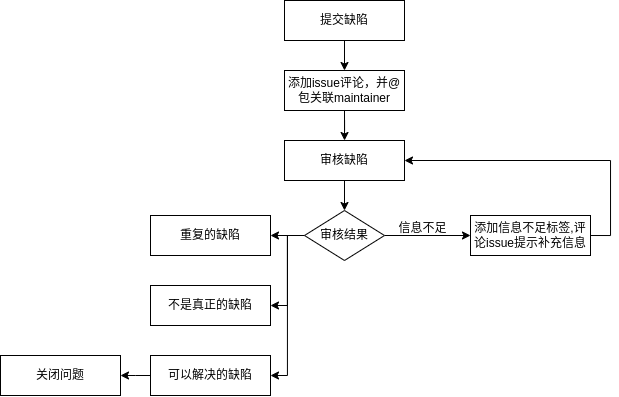
Earlier version of the draw.io export 缺陷issue处理流程.png (weijiang1994/draw-io). Source tidied: cells renumbered, new cells last; positions are measured from the earlier drawing's top-left corner, leaving out a move shared by most shapes.
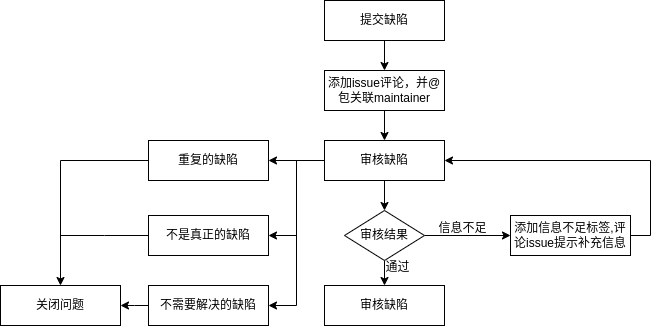
The same file after the commit.

Commit message:
更新缺陷issue处理流程.png

What changed in the source:
```diff
@@ -19,21 +19,24 @@
     <mxCell id="6" style="edgeStyle=orthogonalEdgeStyle;rounded=0;jettySize=auto;html=1;exitX=0.5;exitY=1;exitDx=0;exitDy=0;entryX=0.5;entryY=0;entryDx=0;entryDy=0;" parent="1" edge="1" source="7" target="12">
       <mxGeometry relative="1" as="geometry" />
     </mxCell>
+    <mxCell id="21" style="edgeStyle=elbowEdgeStyle;rounded=0;jettySize=auto;elbow=vertical;html=1;exitX=0;exitY=0.5;exitDx=0;exitDy=0;entryX=1;entryY=0.5;entryDx=0;entryDy=0;fontSize=5;" parent="1" edge="1" source="7" target="16">
+      <mxGeometry relative="1" as="geometry" />
+    </mxCell>
+    <mxCell id="22" style="edgeStyle=elbowEdgeStyle;rounded=0;jettySize=auto;html=1;exitX=0;exitY=0.5;exitDx=0;exitDy=0;entryX=1;entryY=0.5;entryDx=0;entryDy=0;fontSize=5;" parent="1" edge="1" source="7" target="17">
+      <mxGeometry relative="1" as="geometry" />
+    </mxCell>
+    <mxCell id="23" style="edgeStyle=elbowEdgeStyle;rounded=0;jettySize=auto;html=1;exitX=0;exitY=0.5;exitDx=0;exitDy=0;entryX=1;entryY=0.5;entryDx=0;entryDy=0;fontSize=5;" parent="1" edge="1" source="7" target="30">
+      <mxGeometry relative="1" as="geometry" />
+    </mxCell>
     <mxCell id="7" value="审核缺陷" style="rounded=0;whiteSpace=wrap;html=1;" parent="1" vertex="1">
       <mxGeometry x="284" y="140" width="120" height="40" as="geometry" />
     </mxCell>
     <mxCell id="8" style="edgeStyle=orthogonalEdgeStyle;rounded=0;jettySize=auto;html=1;exitX=1;exitY=0.5;exitDx=0;exitDy=0;entryX=0;entryY=0.5;entryDx=0;entryDy=0;fontSize=5;" parent="1" edge="1" source="12" target="14">
       <mxGeometry relative="1" as="geometry" />
     </mxCell>
-    <mxCell id="9" style="edgeStyle=orthogonalEdgeStyle;rounded=0;jettySize=auto;html=1;exitX=0;exitY=0.5;exitDx=0;exitDy=0;entryX=1;entryY=0.5;entryDx=0;entryDy=0;fontSize=5;" parent="1" edge="1" source="12" target="16">
-      <mxGeometry relative="1" as="geometry" />
-    </mxCell>
-    <mxCell id="10" style="edgeStyle=elbowEdgeStyle;rounded=0;jettySize=auto;html=1;exitX=0;exitY=0.5;exitDx=0;exitDy=0;entryX=1;entryY=0.5;entryDx=0;entryDy=0;fontSize=5;" parent="1" edge="1" source="12" target="17">
-      <mxGeometry relative="1" as="geometry" />
-    </mxCell>
-    <mxCell id="11" style="edgeStyle=elbowEdgeStyle;rounded=0;jettySize=auto;html=1;exitX=0;exitY=0.5;exitDx=0;exitDy=0;entryX=1;entryY=0.5;entryDx=0;entryDy=0;fontSize=5;" parent="1" edge="1" source="12" target="19">
-      <mxGeometry relative="1" as="geometry" />
-    </mxCell>
+    <mxCell id="24" style="edgeStyle=elbowEdgeStyle;rounded=0;jettySize=auto;html=1;exitX=0.5;exitY=1;exitDx=0;exitDy=0;fontSize=5;" parent="1" edge="1" source="12" target="25">
+      <mxGeometry relative="1" as="geometry" />
+    </mxCell>
     <mxCell id="12" value="审核结果" style="rhombus;whiteSpace=wrap;html=1;" parent="1" vertex="1">
       <mxGeometry x="304" y="210" width="80" height="50" as="geometry" />
     </mxCell>
@@ -46,20 +49,34 @@
     <mxCell id="15" value="信息不足" style="text;html=1;align=center;verticalAlign=middle;strokeColor=none;fillColor=none;fontSize=5;" parent="1" vertex="1">
       <mxGeometry x="392" y="223" width="60" height="10" as="geometry" />
     </mxCell>
+    <mxCell id="20" value="关闭问题" style="rounded=0;whiteSpace=wrap;html=1;" parent="1" vertex="1">
+      <mxGeometry x="-40" y="285" width="120" height="40" as="geometry" />
+    </mxCell>
+    <mxCell id="25" value="审核缺陷" style="rounded=0;whiteSpace=wrap;html=1;" parent="1" vertex="1">
+      <mxGeometry x="284" y="285" width="120" height="40" as="geometry" />
+    </mxCell>
+    <mxCell id="26" value="通过" style="text;html=1;align=center;verticalAlign=middle;strokeColor=none;fillColor=none;fontSize=5;" parent="1" vertex="1">
+      <mxGeometry x="337" y="262" width="40" height="10" as="geometry" />
+    </mxCell>
+    <mxCell id="27" style="edgeStyle=orthogonalEdgeStyle;rounded=0;jettySize=auto;html=1;exitX=0;exitY=0.5;exitDx=0;exitDy=0;fontSize=5;" parent="1" edge="1" source="16" target="20">
+      <mxGeometry relative="1" as="geometry" />
+    </mxCell>
     <mxCell id="16" value="重复的缺陷" style="rounded=0;whiteSpace=wrap;html=1;" parent="1" vertex="1">
-      <mxGeometry x="150" y="215" width="120" height="40" as="geometry" />
+      <mxGeometry x="108" y="140" width="120" height="40" as="geometry" />
     </mxCell>
+    <mxCell id="28" style="edgeStyle=elbowEdgeStyle;rounded=0;jettySize=auto;elbow=vertical;html=1;exitX=0;exitY=0.5;exitDx=0;exitDy=0;fontSize=5;endArrow=none;endFill=0;" parent="1" edge="1" source="17">
+      <mxGeometry relative="1" as="geometry">
+        <mxPoint x="20" y="235" as="targetPoint" />
+      </mxGeometry>
+    </mxCell>
     <mxCell id="17" value="不是真正的缺陷" style="rounded=0;whiteSpace=wrap;html=1;" parent="1" vertex="1">
-      <mxGeometry x="150" y="285" width="120" height="40" as="geometry" />
+      <mxGeometry x="108" y="215" width="120" height="40" as="geometry" />
     </mxCell>
-    <mxCell id="18" style="edgeStyle=elbowEdgeStyle;rounded=0;jettySize=auto;html=1;exitX=0;exitY=0.5;exitDx=0;exitDy=0;entryX=1;entryY=0.5;entryDx=0;entryDy=0;fontSize=5;" parent="1" edge="1" source="19" target="20">
-      <mxGeometry relative="1" as="geometry" />
-    </mxCell>
-    <mxCell id="19" value="可以解决的缺陷" style="rounded=0;whiteSpace=wrap;html=1;" parent="1" vertex="1">
-      <mxGeometry x="150" y="355" width="120" height="40" as="geometry" />
-    </mxCell>
-    <mxCell id="20" value="关闭问题" style="rounded=0;whiteSpace=wrap;html=1;" parent="1" vertex="1">
-      <mxGeometry y="355" width="120" height="40" as="geometry" />
-    </mxCell>
+    <mxCell id="29" style="edgeStyle=elbowEdgeStyle;rounded=0;jettySize=auto;elbow=vertical;html=1;exitX=0;exitY=0.5;exitDx=0;exitDy=0;entryX=1;entryY=0.5;entryDx=0;entryDy=0;fontSize=5;endArrow=classic;endFill=1;" parent="1" edge="1" source="30" target="20">
+      <mxGeometry relative="1" as="geometry" />
+    </mxCell>
+    <mxCell id="30" value="不需要解决的缺陷" style="rounded=0;whiteSpace=wrap;html=1;" parent="1" vertex="1">
+      <mxGeometry x="108" y="285" width="120" height="40" as="geometry" />
+    </mxCell>
   </root>
 </mxGraphModel>
```
